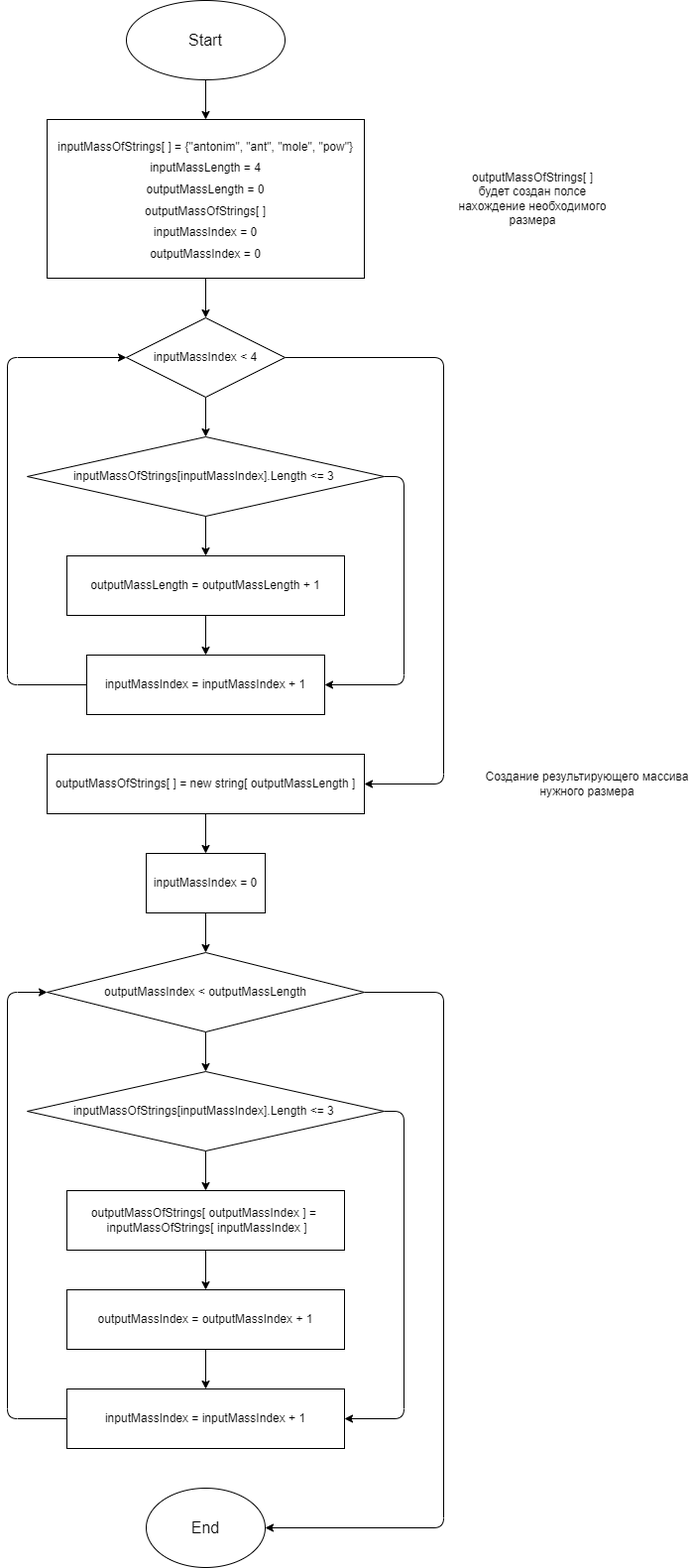
This is Блок-схема.drawio.png from Chell406/Total-project-GB, a draw.io export, as it was before one commit. Source tidied: cells renumbered, new cells last; positions are measured from the earlier drawing's top-left corner, leaving out a move shared by most shapes.
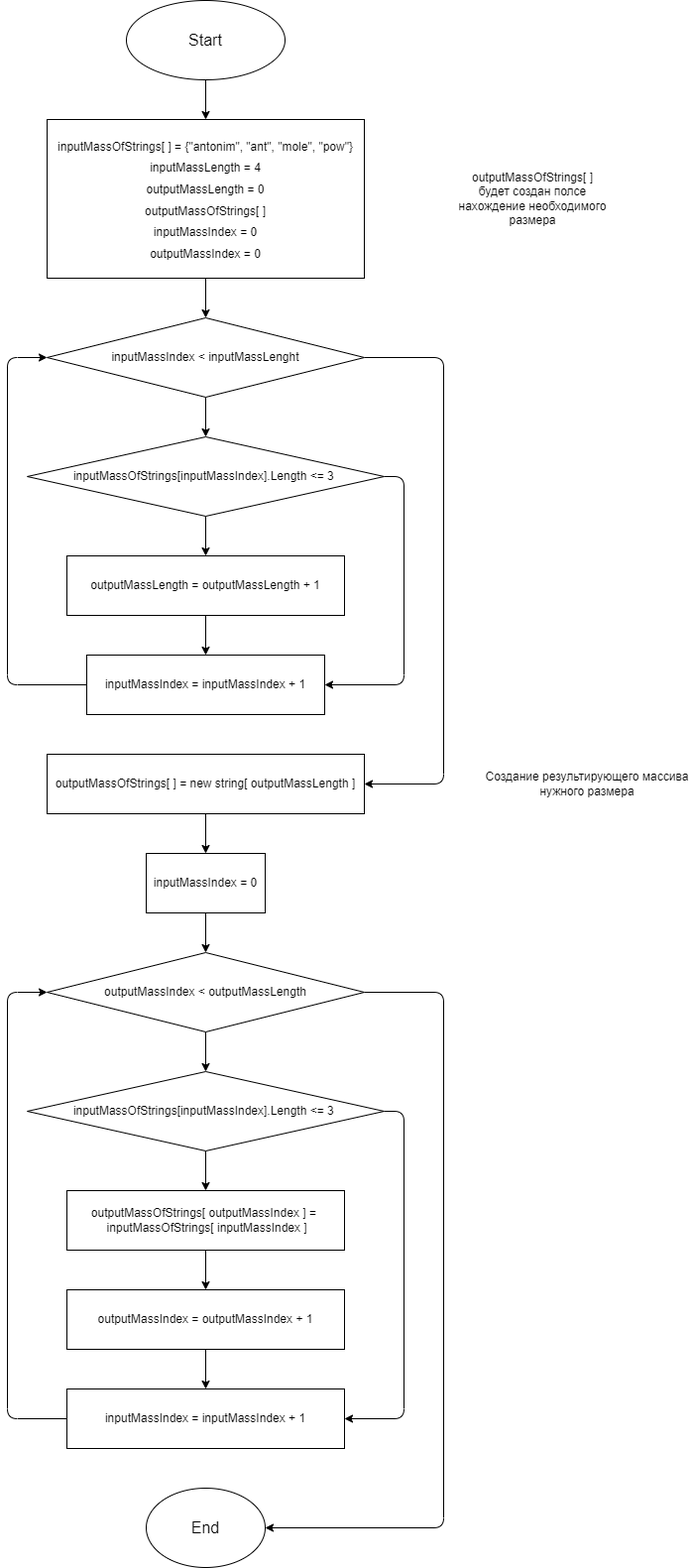
After the commit.

Commit message:
Убрал 'магическую' 4 в условии первого цикла. Заменил на inputMassLength

Diff of the diagram source:
```diff
@@ -25,8 +25,8 @@
         </Array>
       </mxGeometry>
     </mxCell>
-    <mxCell id="8" value="inputMassIndex &amp;lt; 4" style="rhombus;whiteSpace=wrap;html=1;fontSize=12;" parent="1" vertex="1">
-      <mxGeometry x="120" y="320" width="160" height="80" as="geometry" />
+    <mxCell id="8" value="inputMassIndex &amp;lt; inputMassLenght" style="rhombus;whiteSpace=wrap;html=1;fontSize=12;" parent="1" vertex="1">
+      <mxGeometry x="40" y="320" width="320" height="80" as="geometry" />
     </mxCell>
     <mxCell id="9" style="edgeStyle=none;html=1;entryX=0;entryY=0.5;entryDx=0;entryDy=0;fontSize=12;" parent="1" edge="1" source="10" target="8">
       <mxGeometry relative="1" as="geometry">
```
